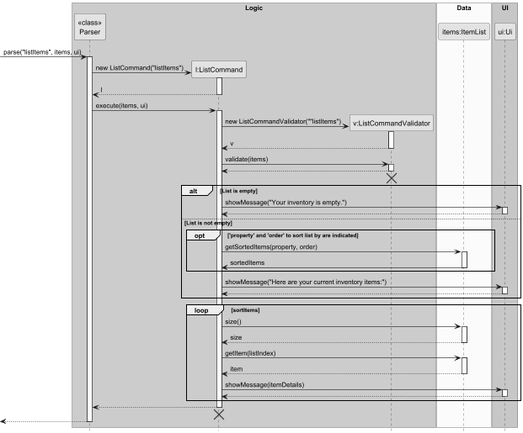
The PlantUML diagram docs/diagrams/ListCommandSequenceDiagram.png in fmohamedfaras/tp, before a commit. The source it was exported from:
```plantuml
@startuml
skinparam monochrome true
skinparam shadowing false
hide footbox

box "Logic" #LightBlue
participant "<<class>>\nParser" as Parser
participant "l:ListCommand" as ListCommand
participant "v:ListCommandValidator" as ListCommandValidator
end box

box "Data" #LightYellow
participant "items:ItemList" as ItemList
end box

box "UI" #LightGreen
participant "ui:Ui" as Ui
end box

-> Parser : parse("listItems", items, ui)
activate Parser

create ListCommand
Parser -> ListCommand : new ListCommand("listItems")
activate ListCommand
ListCommand --> Parser : l
deactivate ListCommand

Parser -> ListCommand : execute(items, ui)
activate ListCommand

create ListCommandValidator
ListCommand -> ListCommandValidator : new ListCommandValidator(""listItems")
activate ListCommandValidator
ListCommandValidator --> ListCommand : v
deactivate ListCommandValidator

ListCommand -> ListCommandValidator : validate(items)
activate ListCommandValidator
ListCommandValidator --> ListCommand
deactivate ListCommandValidator
ListCommandValidator -[hidden]-> ListCommand
destroy ListCommandValidator

alt List is empty
    ListCommand -> Ui : showMessage("Your inventory is empty.")
    activate Ui
    Ui --> ListCommand
    deactivate Ui
else List is not empty
    opt 'property' and 'order' to sort list by are indicated
        ListCommand -> ItemList : getSortedItems(property, order)
        activate ItemList
        ItemList -> ListCommand : sortedItems
        deactivate ItemList
    end
    ListCommand -> Ui : showMessage("Here are your current inventory items:")
    activate Ui
    Ui --> ListCommand
    deactivate Ui
end
loop sortItems
    ListCommand -> ItemList : size()
    activate ItemList
    ItemList --> ListCommand : size
    deactivate ItemList

    ListCommand -> ItemList : getItem(listIndex)
    activate ItemList
    ItemList --> ListCommand : item
    deactivate ItemList

    ListCommand -> Ui : showMessage(itemDetails)
    activate Ui
    Ui --> ListCommand
    deactivate Ui
end

ListCommand --> Parser
deactivate ListCommand
ListCommand -[hidden]-> Parser
destroy ListCommand

<-- Parser
deactivate Parser

@enduml
```
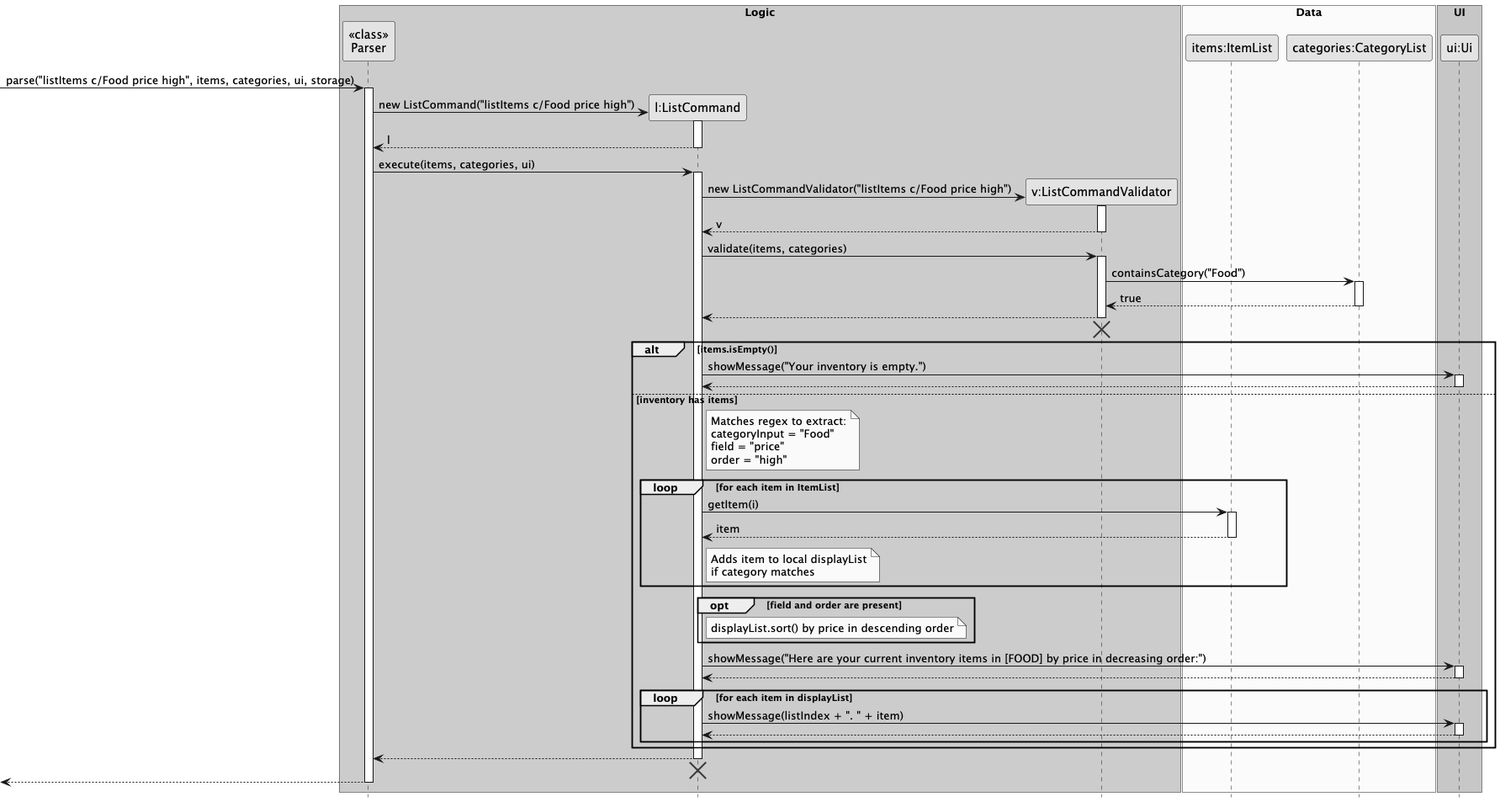
Above is the later version.

The edit, as a diff of the source:
```diff
@@ -11,69 +11,81 @@
 
 box "Data" #LightYellow
 participant "items:ItemList" as ItemList
+participant "categories:CategoryList" as CategoryList
 end box
 
 box "UI" #LightGreen
 participant "ui:Ui" as Ui
 end box
 
--> Parser : parse("listItems", items, ui)
+-> Parser : parse("listItems c/Food price high", items, categories, ui, storage)
 activate Parser
 
 create ListCommand
-Parser -> ListCommand : new ListCommand("listItems")
+Parser -> ListCommand : new ListCommand("listItems c/Food price high")
 activate ListCommand
 ListCommand --> Parser : l
 deactivate ListCommand
 
-Parser -> ListCommand : execute(items, ui)
+Parser -> ListCommand : execute(items, categories, ui)
 activate ListCommand
 
 create ListCommandValidator
-ListCommand -> ListCommandValidator : new ListCommandValidator(""listItems")
+ListCommand -> ListCommandValidator : new ListCommandValidator("listItems c/Food price high")
 activate ListCommandValidator
 ListCommandValidator --> ListCommand : v
 deactivate ListCommandValidator
 
-ListCommand -> ListCommandValidator : validate(items)
+ListCommand -> ListCommandValidator : validate(items, categories)
 activate ListCommandValidator
+
+ListCommandValidator -> CategoryList : containsCategory("Food")
+activate CategoryList
+CategoryList --> ListCommandValidator : true
+deactivate CategoryList
+
 ListCommandValidator --> ListCommand
 deactivate ListCommandValidator
 ListCommandValidator -[hidden]-> ListCommand
 destroy ListCommandValidator
 
-alt List is empty
+alt items.isEmpty()
     ListCommand -> Ui : showMessage("Your inventory is empty.")
     activate Ui
     Ui --> ListCommand
     deactivate Ui
-else List is not empty
-    opt 'property' and 'order' to sort list by are indicated
-        ListCommand -> ItemList : getSortedItems(property, order)
+else inventory has items
+    note right of ListCommand
+      Matches regex to extract:
+      categoryInput = "Food"
+      field = "price"
+      order = "high"
+    end note
+
+    loop for each item in ItemList
+        ListCommand -> ItemList : getItem(i)
         activate ItemList
-        ItemList -> ListCommand : sortedItems
+        ItemList --> ListCommand : item
         deactivate ItemList
+
+        note right of ListCommand: Adds item to local displayList\nif category matches
     end
-    ListCommand -> Ui : showMessage("Here are your current inventory items:")
+
+    opt field and order are present
+        note right of ListCommand: displayList.sort() by price in descending order
+    end
+
+    ListCommand -> Ui : showMessage("Here are your current inventory items in [FOOD] by price in decreasing order:")
     activate Ui
     Ui --> ListCommand
     deactivate Ui
-end
-loop sortItems
-    ListCommand -> ItemList : size()
-    activate ItemList
-    ItemList --> ListCommand : size
-    deactivate ItemList
 
-    ListCommand -> ItemList : getItem(listIndex)
-    activate ItemList
-    ItemList --> ListCommand : item
-    deactivate ItemList
-
-    ListCommand -> Ui : showMessage(itemDetails)
-    activate Ui
-    Ui --> ListCommand
-    deactivate Ui
+    loop for each item in displayList
+        ListCommand -> Ui : showMessage(listIndex + ". " + item)
+        activate Ui
+        Ui --> ListCommand
+        deactivate Ui
+    end
 end
 
 ListCommand --> Parser
```
